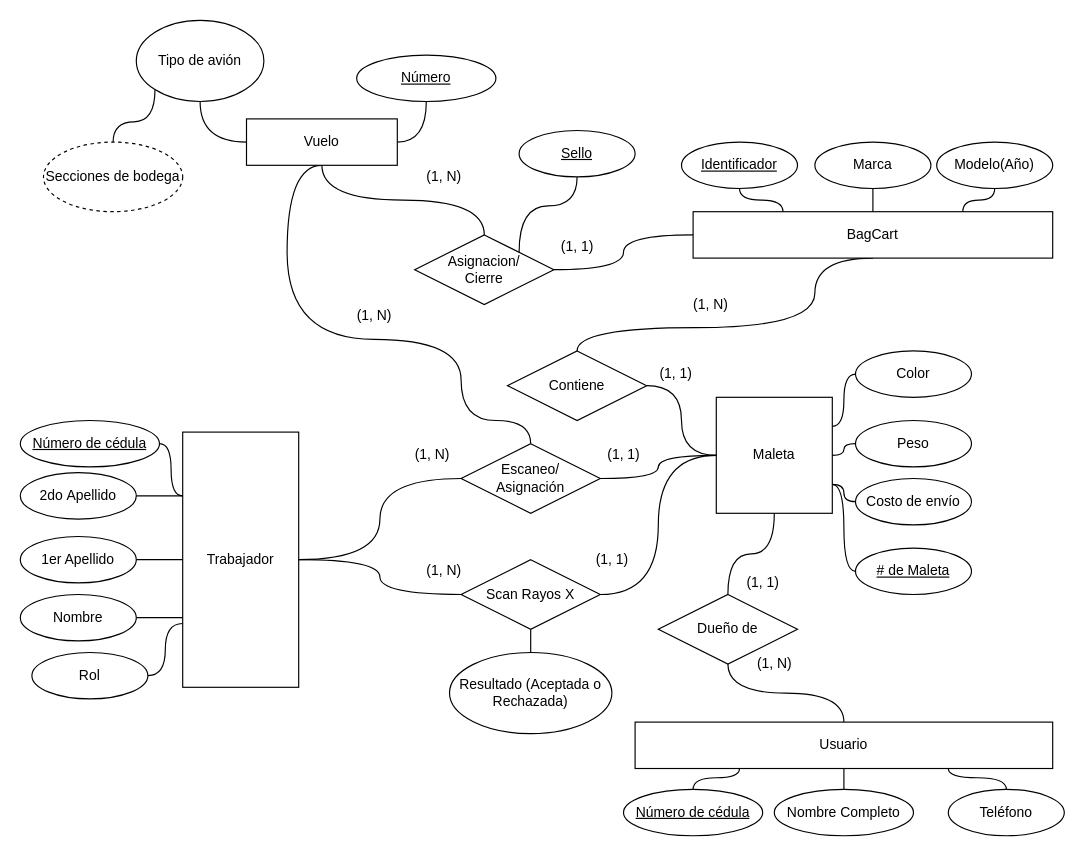
itcr3442/CE3101-Tabas keeps this draw.io diagram as doc/DiagramaER.drawio. Above is the earlier version. Source tidied: cells renumbered, new cells numbered last; positions are measured from the earlier drawing's top-left corner, leaving out a move shared by most shapes. Both pictures are drawn from the tidied source at 116%, with x=0, y=0 at pixel (20, 20).
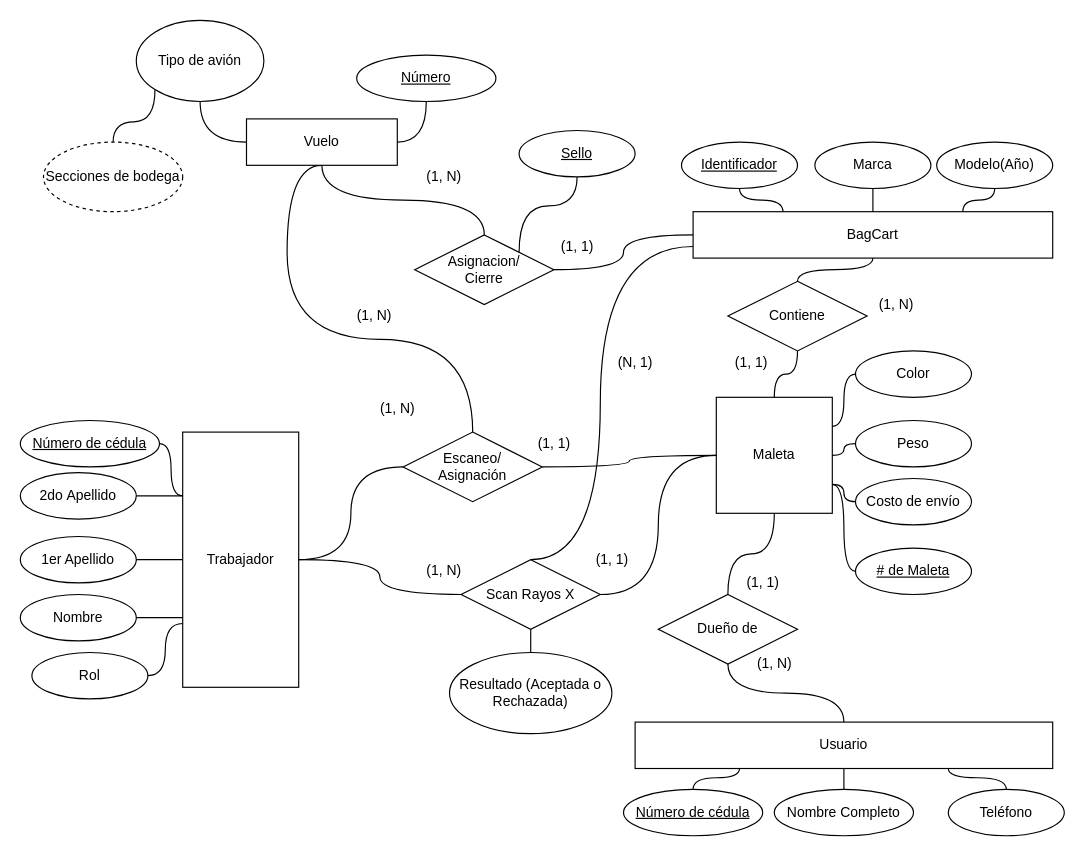
The same page after the edit.

Unchanged cells that the change refers to:
```xml
<mxCell id="15" value="Maleta" style="whiteSpace=wrap;html=1;align=center;" parent="1" vertex="1">
  <mxGeometry x="600" y="325" width="100" height="100" as="geometry" />
</mxCell>
<mxCell id="34" value="BagCart" style="whiteSpace=wrap;html=1;align=center;" parent="1" vertex="1">
  <mxGeometry x="580" y="165" width="310" height="40" as="geometry" />
</mxCell>
<mxCell id="45" value="Vuelo" style="whiteSpace=wrap;html=1;align=center;" parent="1" vertex="1">
  <mxGeometry x="195" y="85" width="130" height="40" as="geometry" />
</mxCell>
<mxCell id="56" value="Scan Rayos X" style="shape=rhombus;perimeter=rhombusPerimeter;whiteSpace=wrap;html=1;align=center;" parent="1" vertex="1">
  <mxGeometry x="380" y="465" width="120" height="60" as="geometry" />
</mxCell>
```

Change to the diagram source:
```diff
@@
-    <mxCell id="33" style="edgeStyle=orthogonalEdgeStyle;curved=1;html=1;exitX=0.5;exitY=1;exitDx=0;exitDy=0;entryX=0.5;entryY=0;entryDx=0;entryDy=0;endArrow=none;endFill=0;" parent="1" edge="1" source="34" target="42">
-      <mxGeometry relative="1" as="geometry">
-        <Array as="points">
-          <mxPoint x="685" y="265" />
-          <mxPoint x="480" y="265" />
-        </Array>
-      </mxGeometry>
+    <mxCell id="33" style="edgeStyle=orthogonalEdgeStyle;html=1;exitX=0.5;exitY=1;exitDx=0;exitDy=0;entryX=0.5;entryY=0;entryDx=0;entryDy=0;curved=1;endArrow=none;endFill=0;" parent="1" edge="1" source="34" target="42">
+      <mxGeometry relative="1" as="geometry" />
     </mxCell>
@@
-    <mxCell id="41" style="edgeStyle=orthogonalEdgeStyle;curved=1;html=1;exitX=1;exitY=0.5;exitDx=0;exitDy=0;entryX=0;entryY=0.5;entryDx=0;entryDy=0;endArrow=none;endFill=0;" parent="1" edge="1" source="42" target="15">
+    <mxCell id="41" style="edgeStyle=orthogonalEdgeStyle;curved=1;html=1;exitX=0.5;exitY=1;exitDx=0;exitDy=0;entryX=0.5;entryY=0;entryDx=0;entryDy=0;endArrow=none;endFill=0;" parent="1" edge="1" source="42" target="15">
       <mxGeometry relative="1" as="geometry" />
     </mxCell>
     <mxCell id="42" value="Contiene" style="shape=rhombus;perimeter=rhombusPerimeter;whiteSpace=wrap;html=1;align=center;" parent="1" vertex="1">
-      <mxGeometry x="420" y="285" width="120" height="60" as="geometry" />
+      <mxGeometry x="610" y="225" width="120" height="60" as="geometry" />
     </mxCell>
@@
     <mxCell id="44" style="edgeStyle=orthogonalEdgeStyle;html=1;exitX=0.5;exitY=1;exitDx=0;exitDy=0;entryX=0.5;entryY=0;entryDx=0;entryDy=0;endArrow=none;endFill=0;curved=1;" parent="1" edge="1" source="45" target="60">
       <mxGeometry relative="1" as="geometry">
         <Array as="points">
           <mxPoint x="230" y="125" />
           <mxPoint x="230" y="275" />
-          <mxPoint x="380" y="275" />
-          <mxPoint x="380" y="345" />
-          <mxPoint x="440" y="345" />
+          <mxPoint x="390" y="275" />
         </Array>
       </mxGeometry>
     </mxCell>
@@
+    <mxCell id="74" style="edgeStyle=orthogonalEdgeStyle;curved=1;html=1;exitX=0.5;exitY=0;exitDx=0;exitDy=0;entryX=0;entryY=0.75;entryDx=0;entryDy=0;endArrow=none;endFill=0;" parent="1" edge="1" source="56" target="34">
+      <mxGeometry relative="1" as="geometry">
+        <Array as="points">
+          <mxPoint x="500" y="465" />
+          <mxPoint x="500" y="195" />
+        </Array>
+      </mxGeometry>
+    </mxCell>
@@
     <mxCell id="60" value="Escaneo/&lt;br&gt;Asignación" style="shape=rhombus;perimeter=rhombusPerimeter;whiteSpace=wrap;html=1;align=center;" parent="1" vertex="1">
-      <mxGeometry x="380" y="365" width="120" height="60" as="geometry" />
+      <mxGeometry x="330" y="355" width="120" height="60" as="geometry" />
     </mxCell>
     <mxCell id="61" value="(1, N)" style="text;html=1;align=center;verticalAlign=middle;strokeColor=none;fillColor=none;" parent="1" vertex="1">
-      <mxGeometry x="330" y="365" width="50" height="20" as="geometry" />
+      <mxGeometry x="300" y="325" width="50" height="20" as="geometry" />
     </mxCell>
@@
     <mxCell id="64" value="(1, 1)" style="text;html=1;align=center;verticalAlign=middle;strokeColor=none;fillColor=none;" parent="1" vertex="1">
-      <mxGeometry x="500" y="365" width="40" height="20" as="geometry" />
+      <mxGeometry x="440" y="355" width="40" height="20" as="geometry" />
     </mxCell>
     <mxCell id="65" value="(1, 1)" style="text;html=1;align=center;verticalAlign=middle;strokeColor=none;fillColor=none;" parent="1" vertex="1">
-      <mxGeometry x="545" y="295" width="40" height="20" as="geometry" />
+      <mxGeometry x="610" y="285" width="40" height="20" as="geometry" />
     </mxCell>
@@
     <mxCell id="68" value="(1, N)" style="text;html=1;align=center;verticalAlign=middle;strokeColor=none;fillColor=none;" parent="1" vertex="1">
-      <mxGeometry x="570" y="235" width="50" height="20" as="geometry" />
+      <mxGeometry x="730" y="235" width="50" height="20" as="geometry" />
     </mxCell>
@@
+    <mxCell id="75" value="(N, 1)" style="text;html=1;align=center;verticalAlign=middle;strokeColor=none;fillColor=none;" parent="1" vertex="1">
+      <mxGeometry x="505" y="285" width="50" height="20" as="geometry" />
+    </mxCell>
```
